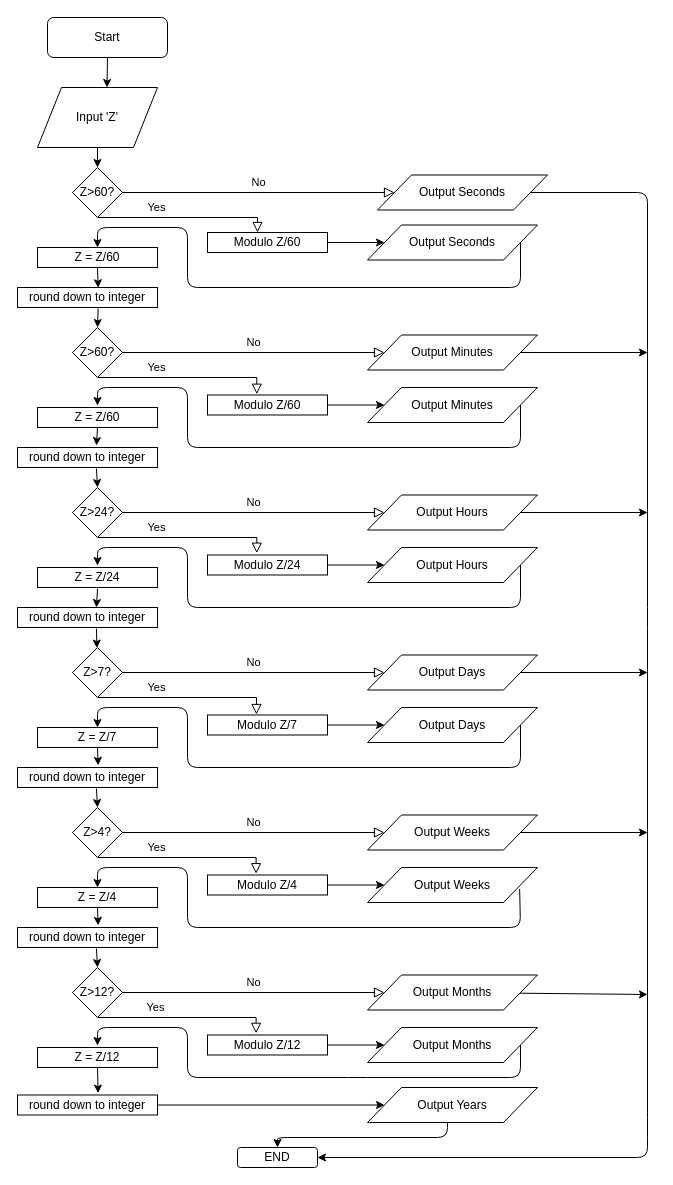
cf-student-5731/CFLMS-DataStruct-Alghoritm-DAY01-Pirkner-fyzam keeps this draw.io diagram as fyzam/Clockwork/Clockwork.drawio. Above is the earlier version. Source tidied: cells renumbered, new cells numbered last; positions are measured from the earlier drawing's top-left corner, leaving out a move shared by most shapes. Both pictures are drawn from the tidied source at 100%, with x=0, y=0 at pixel (17, 17).
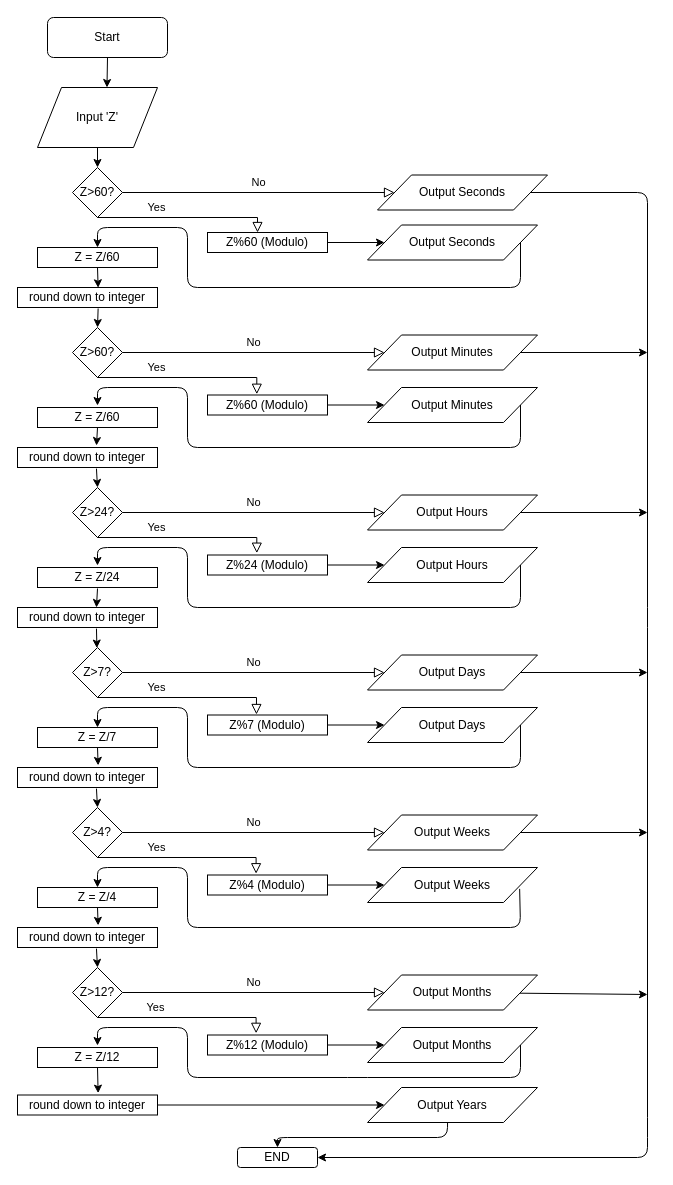
After the change.

The edit, as a diff of the source:
```diff
@@
-    <mxCell id="7" value="Modulo Z/60" style="rounded=0;whiteSpace=wrap;html=1;" parent="1" vertex="1">
+    <mxCell id="7" value="Z%60 (Modulo)" style="rounded=0;whiteSpace=wrap;html=1;" parent="1" vertex="1">
       <mxGeometry x="190" y="215" width="120" height="20" as="geometry" />
     </mxCell>
@@
-    <mxCell id="18" value="Modulo Z/60" style="rounded=0;whiteSpace=wrap;html=1;" parent="1" vertex="1">
+    <mxCell id="18" value="Z%60 (Modulo)" style="rounded=0;whiteSpace=wrap;html=1;" parent="1" vertex="1">
       <mxGeometry x="190" y="377.5" width="120" height="20" as="geometry" />
     </mxCell>
@@
-    <mxCell id="24" value="Modulo Z/24" style="rounded=0;whiteSpace=wrap;html=1;" parent="1" vertex="1">
+    <mxCell id="24" value="Z%24 (Modulo)" style="rounded=0;whiteSpace=wrap;html=1;" parent="1" vertex="1">
       <mxGeometry x="190" y="537.5" width="120" height="20" as="geometry" />
     </mxCell>
@@
-    <mxCell id="30" value="Modulo Z/7" style="rounded=0;whiteSpace=wrap;html=1;" parent="1" vertex="1">
+    <mxCell id="30" value="Z%7 (Modulo)" style="rounded=0;whiteSpace=wrap;html=1;" parent="1" vertex="1">
       <mxGeometry x="190" y="697.5" width="120" height="20" as="geometry" />
     </mxCell>
@@
-    <mxCell id="36" value="Modulo Z/4" style="rounded=0;whiteSpace=wrap;html=1;" parent="1" vertex="1">
+    <mxCell id="36" value="Z%4 (Modulo)" style="rounded=0;whiteSpace=wrap;html=1;" parent="1" vertex="1">
       <mxGeometry x="190" y="857.5" width="120" height="20" as="geometry" />
     </mxCell>
@@
-    <mxCell id="48" value="Modulo Z/12" style="rounded=0;whiteSpace=wrap;html=1;" parent="1" vertex="1">
+    <mxCell id="48" value="Z%12 (Modulo)" style="rounded=0;whiteSpace=wrap;html=1;" parent="1" vertex="1">
       <mxGeometry x="190" y="1017.5" width="120" height="20" as="geometry" />
     </mxCell>
```
